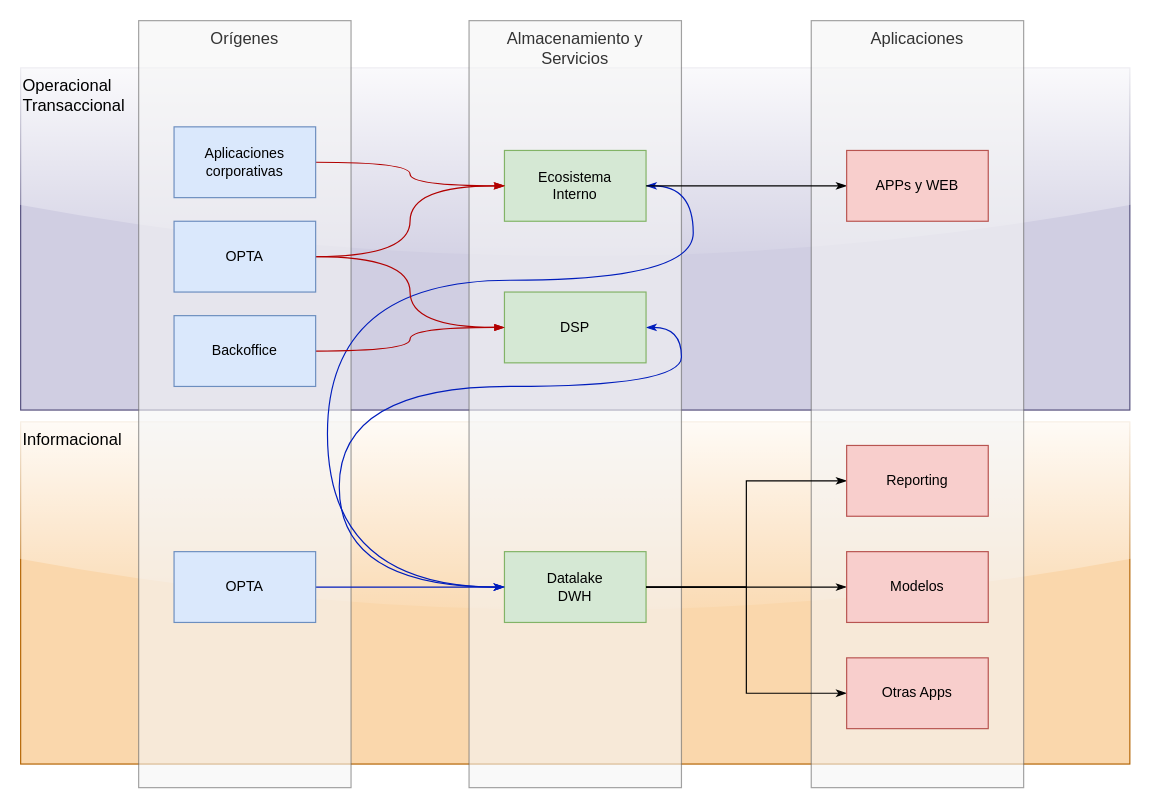
This is draw.io/LaLiga/Sistemas_Informacion_v2.drawio from icuefue/draw.io, a draw.io file, before an edit. Source tidied: cells renumbered, new cells numbered last; positions are measured from the earlier drawing's top-left corner, leaving out a move shared by most shapes. Both pictures are drawn from the tidied source at 118%, with x=0, y=0 at pixel (20, 20).
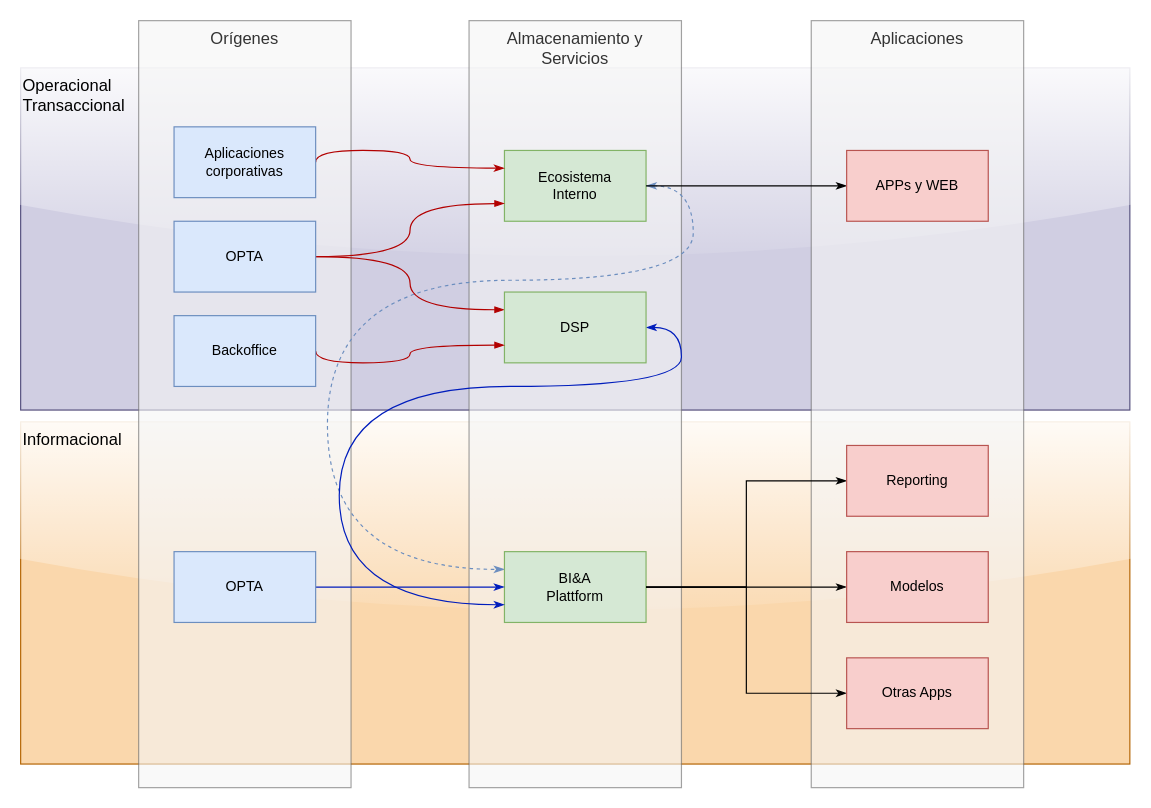
The same diagram, later.

The change refers to these unchanged cells:
```xml
<mxCell id="8" value="Ecosistema&lt;br&gt;Interno&lt;br&gt;" style="rounded=0;whiteSpace=wrap;html=1;fillColor=#d5e8d4;strokeColor=#82b366;glass=0;" parent="1" vertex="1">
  <mxGeometry x="410" y="110" width="120" height="60" as="geometry" />
</mxCell>
<mxCell id="11" value="OPTA&lt;br&gt;" style="rounded=0;whiteSpace=wrap;html=1;fillColor=#dae8fc;strokeColor=#6c8ebf;glass=0;" parent="1" vertex="1">
  <mxGeometry x="130" y="170" width="120" height="60" as="geometry" />
</mxCell>
<mxCell id="14" value="DSP&lt;br&gt;" style="rounded=0;whiteSpace=wrap;html=1;fillColor=#d5e8d4;strokeColor=#82b366;glass=0;" parent="1" vertex="1">
  <mxGeometry x="410" y="230" width="120" height="60" as="geometry" />
</mxCell>
<mxCell id="16" value="Backoffice&lt;br&gt;" style="rounded=0;whiteSpace=wrap;html=1;fillColor=#dae8fc;strokeColor=#6c8ebf;glass=0;" parent="1" vertex="1">
  <mxGeometry x="130" y="250" width="120" height="60" as="geometry" />
</mxCell>
<mxCell id="18" value="Aplicaciones&lt;br&gt;corporativas&lt;br&gt;" style="rounded=0;whiteSpace=wrap;html=1;fillColor=#dae8fc;strokeColor=#6c8ebf;glass=0;perimeterSpacing=0;" parent="1" vertex="1">
  <mxGeometry x="130" y="90" width="120" height="60" as="geometry" />
</mxCell>
```

Diff of the diagram source:
```diff
@@
-    <mxCell id="7" style="edgeStyle=orthogonalEdgeStyle;rounded=0;jettySize=auto;html=1;exitX=1;exitY=0.5;exitDx=0;exitDy=0;entryX=0;entryY=0.5;entryDx=0;entryDy=0;curved=1;fillColor=#0050ef;strokeColor=#001DBC;startArrow=classicThin;startFill=1;endArrow=classicThin;endFill=1;" parent="1" edge="1" source="8" target="12">
+    <mxCell id="7" style="edgeStyle=orthogonalEdgeStyle;rounded=0;jettySize=auto;html=1;exitX=1;exitY=0.5;exitDx=0;exitDy=0;entryX=0;entryY=0.25;entryDx=0;entryDy=0;curved=1;fillColor=#dae8fc;strokeColor=#6c8ebf;startArrow=classicThin;startFill=1;endArrow=classicThin;endFill=1;dashed=1;" parent="1" edge="1" source="8" target="12">
       <mxGeometry relative="1" as="geometry">
         <Array as="points">
           <mxPoint x="570" y="140" />
           <mxPoint x="570" y="220" />
           <mxPoint x="260" y="220" />
-          <mxPoint x="260" y="480" />
+          <mxPoint x="260" y="465" />
         </Array>
       </mxGeometry>
     </mxCell>
@@
-    <mxCell id="9" style="rounded=0;jettySize=auto;html=1;exitX=1;exitY=0.5;exitDx=0;exitDy=0;entryX=0;entryY=0.5;entryDx=0;entryDy=0;fillColor=#e51400;strokeColor=#B20000;endArrow=blockThin;endFill=1;edgeStyle=orthogonalEdgeStyle;curved=1;" parent="1" edge="1" source="11" target="8">
+    <mxCell id="9" style="rounded=0;jettySize=auto;html=1;exitX=1;exitY=0.5;exitDx=0;exitDy=0;entryX=0;entryY=0.75;entryDx=0;entryDy=0;fillColor=#e51400;strokeColor=#B20000;endArrow=blockThin;endFill=1;edgeStyle=orthogonalEdgeStyle;curved=1;" parent="1" edge="1" source="11" target="8">
       <mxGeometry relative="1" as="geometry" />
     </mxCell>
-    <mxCell id="10" style="rounded=0;jettySize=auto;html=1;exitX=1;exitY=0.5;exitDx=0;exitDy=0;entryX=0;entryY=0.5;entryDx=0;entryDy=0;fillColor=#e51400;strokeColor=#B20000;endArrow=blockThin;endFill=1;edgeStyle=orthogonalEdgeStyle;curved=1;" parent="1" edge="1" source="11" target="14">
+    <mxCell id="10" style="rounded=0;jettySize=auto;html=1;exitX=1;exitY=0.5;exitDx=0;exitDy=0;entryX=0;entryY=0.25;entryDx=0;entryDy=0;fillColor=#e51400;strokeColor=#B20000;endArrow=blockThin;endFill=1;edgeStyle=orthogonalEdgeStyle;curved=1;" parent="1" edge="1" source="11" target="14">
       <mxGeometry relative="1" as="geometry" />
     </mxCell>
@@
-    <mxCell id="12" value="Datalake&lt;br&gt;DWH&lt;br&gt;" style="rounded=0;whiteSpace=wrap;html=1;fillColor=#d5e8d4;strokeColor=#82b366;glass=0;" parent="1" vertex="1">
+    <mxCell id="12" value="BI&amp;amp;A&lt;br&gt;Plattform&lt;br&gt;" style="rounded=0;whiteSpace=wrap;html=1;fillColor=#d5e8d4;strokeColor=#82b366;glass=0;" parent="1" vertex="1">
       <mxGeometry x="410" y="450" width="120" height="60" as="geometry" />
     </mxCell>
-    <mxCell id="13" style="edgeStyle=orthogonalEdgeStyle;curved=1;rounded=0;jettySize=auto;html=1;exitX=1;exitY=0.5;exitDx=0;exitDy=0;entryX=0;entryY=0.5;entryDx=0;entryDy=0;fillColor=#0050ef;strokeColor=#001DBC;startArrow=classicThin;startFill=1;endArrow=classicThin;endFill=1;" parent="1" edge="1" source="14" target="12">
+    <mxCell id="13" style="edgeStyle=orthogonalEdgeStyle;curved=1;rounded=0;jettySize=auto;html=1;exitX=1;exitY=0.5;exitDx=0;exitDy=0;entryX=0;entryY=0.75;entryDx=0;entryDy=0;fillColor=#0050ef;strokeColor=#001DBC;startArrow=classicThin;startFill=1;endArrow=classicThin;endFill=1;" parent="1" edge="1" source="14" target="12">
       <mxGeometry relative="1" as="geometry">
         <Array as="points">
           <mxPoint x="560" y="260" />
           <mxPoint x="560" y="310" />
           <mxPoint x="270" y="310" />
-          <mxPoint x="270" y="480" />
+          <mxPoint x="270" y="495" />
         </Array>
       </mxGeometry>
     </mxCell>
@@
-    <mxCell id="15" style="rounded=0;jettySize=auto;html=1;exitX=1;exitY=0.5;exitDx=0;exitDy=0;entryX=0;entryY=0.5;entryDx=0;entryDy=0;fillColor=#e51400;strokeColor=#B20000;endArrow=blockThin;endFill=1;edgeStyle=orthogonalEdgeStyle;curved=1;" parent="1" edge="1" source="16" target="14">
-      <mxGeometry relative="1" as="geometry" />
+    <mxCell id="15" style="rounded=0;jettySize=auto;html=1;exitX=1;exitY=0.5;exitDx=0;exitDy=0;entryX=0;entryY=0.75;entryDx=0;entryDy=0;fillColor=#e51400;strokeColor=#B20000;endArrow=blockThin;endFill=1;edgeStyle=orthogonalEdgeStyle;curved=1;" parent="1" edge="1" source="16" target="14">
+      <mxGeometry relative="1" as="geometry">
+        <Array as="points">
+          <mxPoint x="250" y="290" />
+          <mxPoint x="330" y="290" />
+          <mxPoint x="330" y="275" />
+        </Array>
+      </mxGeometry>
     </mxCell>
@@
-    <mxCell id="17" style="rounded=0;jettySize=auto;html=1;exitX=1;exitY=0.5;exitDx=0;exitDy=0;entryX=0;entryY=0.5;entryDx=0;entryDy=0;fillColor=#e51400;strokeColor=#B20000;endArrow=classicThin;endFill=1;edgeStyle=orthogonalEdgeStyle;curved=1;" parent="1" edge="1" source="18" target="8">
-      <mxGeometry relative="1" as="geometry" />
+    <mxCell id="17" style="rounded=0;jettySize=auto;html=1;exitX=1;exitY=0.5;exitDx=0;exitDy=0;entryX=0;entryY=0.25;entryDx=0;entryDy=0;fillColor=#e51400;strokeColor=#B20000;endArrow=classicThin;endFill=1;edgeStyle=orthogonalEdgeStyle;curved=1;" parent="1" edge="1" source="18" target="8">
+      <mxGeometry relative="1" as="geometry">
+        <Array as="points">
+          <mxPoint x="250" y="110" />
+          <mxPoint x="330" y="110" />
+          <mxPoint x="330" y="125" />
+        </Array>
+      </mxGeometry>
     </mxCell>
```
